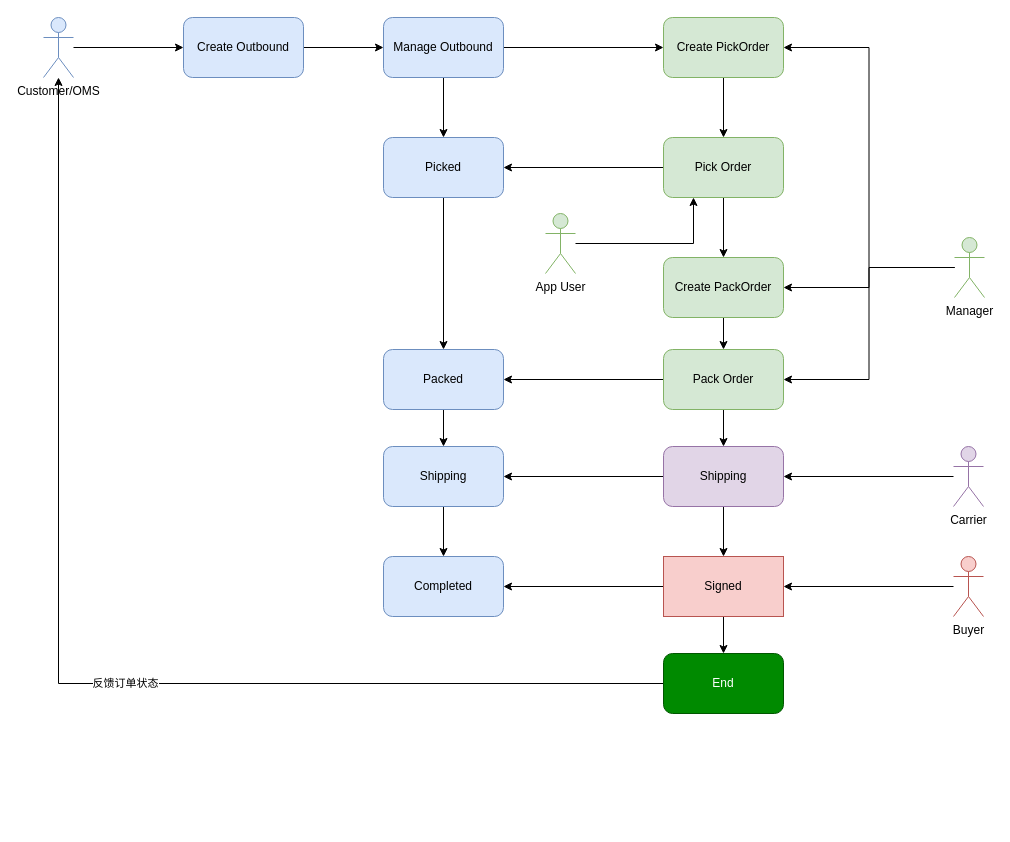
The draw.io diagram Outbound.drawio in jianxiang57/jianxiang57, before the edit. Source tidied: cells renumbered, new cells numbered last; positions are measured from the earlier drawing's top-left corner, leaving out a move shared by most shapes. Both pictures are drawn from the tidied source at 100%, with x=0, y=0 at pixel (43, 17).
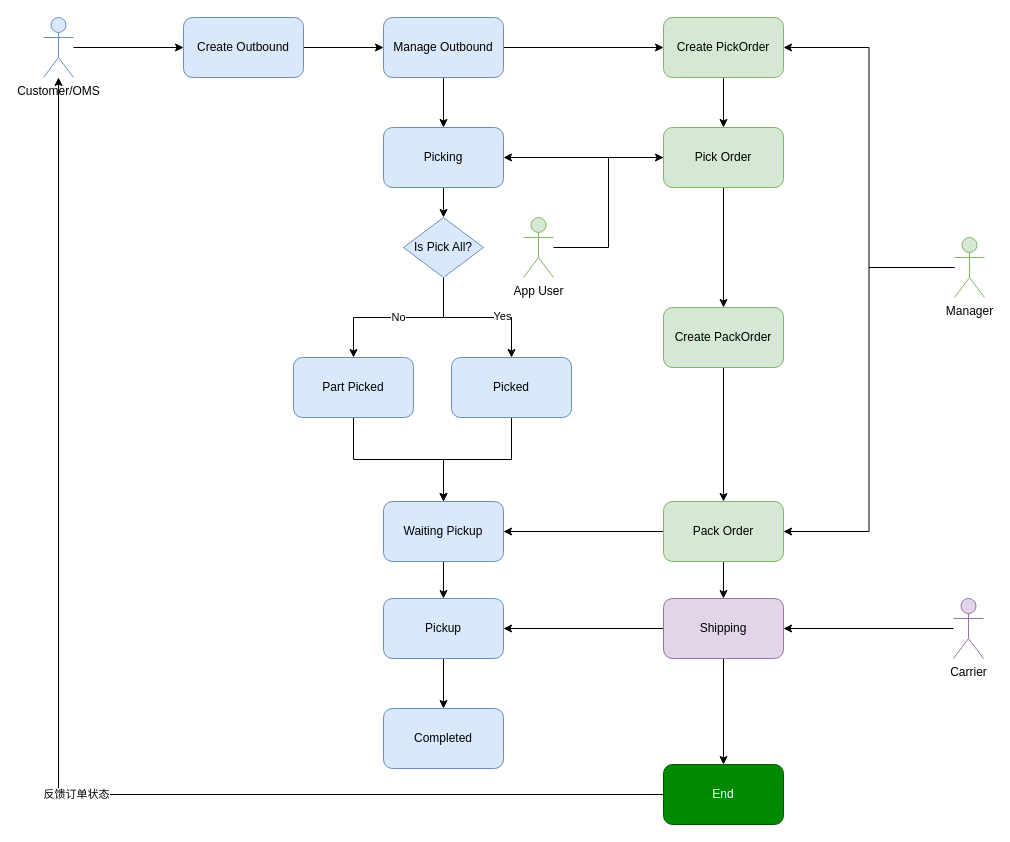
Above is the later version.

Unchanged cells that the change refers to:
```xml
<mxCell id="8" value="Manage Outbound" style="rounded=1;whiteSpace=wrap;html=1;fillColor=#dae8fc;strokeColor=#6c8ebf;" parent="1" vertex="1">
  <mxGeometry x="340" width="120" height="60" as="geometry" />
</mxCell>
<mxCell id="33" value="Manager" style="shape=umlActor;verticalLabelPosition=bottom;verticalAlign=top;html=1;outlineConnect=0;fillColor=#d5e8d4;strokeColor=#82b366;" parent="1" vertex="1">
  <mxGeometry x="911" y="220" width="30" height="60" as="geometry" />
</mxCell>
```

The edit, as a diff of the source:
```diff
@@
-    <mxCell id="7" style="edgeStyle=orthogonalEdgeStyle;rounded=0;jettySize=auto;html=1;entryX=0.5;entryY=0;entryDx=0;entryDy=0;" parent="1" edge="1" source="8" target="39">
-      <mxGeometry relative="1" as="geometry" />
-    </mxCell>
+    <mxCell id="45" style="edgeStyle=orthogonalEdgeStyle;rounded=0;jettySize=auto;html=1;" parent="1" edge="1" source="8" target="55">
+      <mxGeometry relative="1" as="geometry" />
+    </mxCell>
@@
-    <mxCell id="11" style="edgeStyle=orthogonalEdgeStyle;rounded=0;jettySize=auto;html=1;entryX=0.5;entryY=0;entryDx=0;entryDy=0;" parent="1" edge="1" source="13" target="15">
+    <mxCell id="11" style="edgeStyle=orthogonalEdgeStyle;rounded=0;jettySize=auto;html=1;" parent="1" edge="1" source="13" target="15">
       <mxGeometry relative="1" as="geometry" />
     </mxCell>
-    <mxCell id="12" style="edgeStyle=orthogonalEdgeStyle;rounded=0;jettySize=auto;html=1;entryX=1;entryY=0.5;entryDx=0;entryDy=0;" parent="1" edge="1" source="13" target="39">
-      <mxGeometry relative="1" as="geometry" />
-    </mxCell>
+    <mxCell id="46" style="edgeStyle=orthogonalEdgeStyle;rounded=0;jettySize=auto;html=1;" parent="1" edge="1" source="13" target="55">
+      <mxGeometry relative="1" as="geometry" />
+    </mxCell>
     <mxCell id="13" value="Pick Order" style="rounded=1;whiteSpace=wrap;html=1;fillColor=#d5e8d4;strokeColor=#82b366;" parent="1" vertex="1">
-      <mxGeometry x="620" y="120" width="120" height="60" as="geometry" />
+      <mxGeometry x="620" y="110" width="120" height="60" as="geometry" />
     </mxCell>
@@
     <mxCell id="15" value="Create PackOrder" style="rounded=1;whiteSpace=wrap;html=1;fillColor=#d5e8d4;strokeColor=#82b366;" parent="1" vertex="1">
-      <mxGeometry x="620" y="240" width="120" height="60" as="geometry" />
+      <mxGeometry x="620" y="290" width="120" height="60" as="geometry" />
     </mxCell>
@@
     <mxCell id="18" value="Pack Order" style="rounded=1;whiteSpace=wrap;html=1;fillColor=#d5e8d4;strokeColor=#82b366;" parent="1" vertex="1">
-      <mxGeometry x="620" y="332" width="120" height="60" as="geometry" />
+      <mxGeometry x="620" y="484" width="120" height="60" as="geometry" />
     </mxCell>
-    <mxCell id="19" style="edgeStyle=orthogonalEdgeStyle;rounded=0;jettySize=auto;html=1;" parent="1" edge="1" source="21" target="24">
-      <mxGeometry relative="1" as="geometry" />
-    </mxCell>
@@
+    <mxCell id="47" style="edgeStyle=orthogonalEdgeStyle;rounded=0;jettySize=auto;html=1;entryX=0.5;entryY=0;entryDx=0;entryDy=0;" parent="1" edge="1" source="21" target="27">
+      <mxGeometry relative="1" as="geometry" />
+    </mxCell>
     <mxCell id="21" value="Shipping" style="rounded=1;whiteSpace=wrap;html=1;fillColor=#e1d5e7;strokeColor=#9673a6;" parent="1" vertex="1">
-      <mxGeometry x="620" y="429" width="120" height="60" as="geometry" />
+      <mxGeometry x="620" y="581" width="120" height="60" as="geometry" />
     </mxCell>
-    <mxCell id="22" style="edgeStyle=orthogonalEdgeStyle;rounded=0;jettySize=auto;html=1;entryX=0.5;entryY=0;entryDx=0;entryDy=0;" parent="1" edge="1" source="24" target="27">
-      <mxGeometry relative="1" as="geometry" />
-    </mxCell>
-    <mxCell id="23" style="edgeStyle=orthogonalEdgeStyle;rounded=0;jettySize=auto;html=1;entryX=1;entryY=0.5;entryDx=0;entryDy=0;" parent="1" edge="1" source="24" target="44">
-      <mxGeometry relative="1" as="geometry" />
-    </mxCell>
-    <mxCell id="24" value="Signed" style="rounded=0;whiteSpace=wrap;html=1;fillColor=#f8cecc;strokeColor=#b85450;" parent="1" vertex="1">
-      <mxGeometry x="620" y="539" width="120" height="60" as="geometry" />
-    </mxCell>
@@
     <mxCell id="27" value="End" style="rounded=1;whiteSpace=wrap;html=1;fillColor=#008a00;strokeColor=#005700;fontColor=#ffffff;" parent="1" vertex="1">
-      <mxGeometry x="620" y="636" width="120" height="60" as="geometry" />
+      <mxGeometry x="620" y="747" width="120" height="60" as="geometry" />
     </mxCell>
-    <mxCell id="28" style="edgeStyle=orthogonalEdgeStyle;rounded=0;jettySize=auto;html=1;entryX=0.25;entryY=1;entryDx=0;entryDy=0;" parent="1" edge="1" source="29" target="13">
+    <mxCell id="28" style="edgeStyle=orthogonalEdgeStyle;rounded=0;jettySize=auto;html=1;entryX=0;entryY=0.5;entryDx=0;entryDy=0;" parent="1" edge="1" source="29" target="13">
       <mxGeometry relative="1" as="geometry" />
     </mxCell>
     <mxCell id="29" value="App User" style="shape=umlActor;verticalLabelPosition=bottom;verticalAlign=top;html=1;outlineConnect=0;fillColor=#d5e8d4;strokeColor=#82b366;" parent="1" vertex="1">
-      <mxGeometry x="502" y="196" width="30" height="60" as="geometry" />
+      <mxGeometry x="480" y="200" width="30" height="60" as="geometry" />
     </mxCell>
@@
-    <mxCell id="31" style="edgeStyle=orthogonalEdgeStyle;rounded=0;jettySize=auto;html=1;" parent="1" edge="1" source="33" target="15">
-      <mxGeometry relative="1" as="geometry" />
-    </mxCell>
@@
     <mxCell id="35" value="Carrier" style="shape=umlActor;verticalLabelPosition=bottom;verticalAlign=top;html=1;outlineConnect=0;fillColor=#e1d5e7;strokeColor=#9673a6;" parent="1" vertex="1">
-      <mxGeometry x="910" y="429" width="30" height="60" as="geometry" />
+      <mxGeometry x="910" y="581" width="30" height="60" as="geometry" />
     </mxCell>
-    <mxCell id="36" style="edgeStyle=orthogonalEdgeStyle;rounded=0;jettySize=auto;html=1;" parent="1" edge="1" source="37" target="24">
-      <mxGeometry relative="1" as="geometry" />
-    </mxCell>
-    <mxCell id="37" value="Buyer" style="shape=umlActor;verticalLabelPosition=bottom;verticalAlign=top;html=1;outlineConnect=0;fillColor=#f8cecc;strokeColor=#b85450;" parent="1" vertex="1">
-      <mxGeometry x="910" y="539" width="30" height="60" as="geometry" />
-    </mxCell>
-    <mxCell id="38" style="edgeStyle=orthogonalEdgeStyle;rounded=0;jettySize=auto;html=1;entryX=0.5;entryY=0;entryDx=0;entryDy=0;" parent="1" edge="1" source="39" target="41">
-      <mxGeometry relative="1" as="geometry" />
-    </mxCell>
-    <mxCell id="39" value="Picked" style="rounded=1;whiteSpace=wrap;html=1;fillColor=#dae8fc;strokeColor=#6c8ebf;" parent="1" vertex="1">
-      <mxGeometry x="340" y="120" width="120" height="60" as="geometry" />
-    </mxCell>
@@
-    <mxCell id="41" value="Packed" style="rounded=1;whiteSpace=wrap;html=1;fillColor=#dae8fc;strokeColor=#6c8ebf;" parent="1" vertex="1">
-      <mxGeometry x="340" y="332" width="120" height="60" as="geometry" />
+    <mxCell id="41" value="Waiting Pickup" style="rounded=1;whiteSpace=wrap;html=1;fillColor=#dae8fc;strokeColor=#6c8ebf;" parent="1" vertex="1">
+      <mxGeometry x="340" y="484" width="120" height="60" as="geometry" />
     </mxCell>
@@
-    <mxCell id="43" value="Shipping" style="rounded=1;whiteSpace=wrap;html=1;fillColor=#dae8fc;strokeColor=#6c8ebf;" parent="1" vertex="1">
-      <mxGeometry x="340" y="429" width="120" height="60" as="geometry" />
+    <mxCell id="43" value="Pickup" style="rounded=1;whiteSpace=wrap;html=1;fillColor=#dae8fc;strokeColor=#6c8ebf;" parent="1" vertex="1">
+      <mxGeometry x="340" y="581" width="120" height="60" as="geometry" />
     </mxCell>
     <mxCell id="44" value="Completed" style="rounded=1;whiteSpace=wrap;html=1;fillColor=#dae8fc;strokeColor=#6c8ebf;" parent="1" vertex="1">
-      <mxGeometry x="340" y="539" width="120" height="60" as="geometry" />
+      <mxGeometry x="340" y="691" width="120" height="60" as="geometry" />
     </mxCell>
+    <mxCell id="48" style="edgeStyle=orthogonalEdgeStyle;rounded=0;jettySize=auto;html=1;" parent="1" edge="1" source="49" target="41">
+      <mxGeometry relative="1" as="geometry" />
+    </mxCell>
+    <mxCell id="49" value="Part&amp;nbsp;Picked" style="rounded=1;whiteSpace=wrap;html=1;fillColor=#dae8fc;strokeColor=#6c8ebf;" parent="1" vertex="1">
+      <mxGeometry x="250" y="340" width="120" height="60" as="geometry" />
+    </mxCell>
+    <mxCell id="38" style="edgeStyle=orthogonalEdgeStyle;rounded=0;jettySize=auto;html=1;" parent="1" edge="1" source="39" target="41">
+      <mxGeometry relative="1" as="geometry" />
+    </mxCell>
+    <mxCell id="39" value="Picked" style="rounded=1;whiteSpace=wrap;html=1;fillColor=#dae8fc;strokeColor=#6c8ebf;" parent="1" vertex="1">
+      <mxGeometry x="408" y="340" width="120" height="60" as="geometry" />
+    </mxCell>
+    <mxCell id="50" value="No" style="edgeStyle=orthogonalEdgeStyle;rounded=0;jettySize=auto;html=1;entryX=0.5;entryY=0;entryDx=0;entryDy=0;" parent="1" edge="1" source="53" target="49">
+      <mxGeometry relative="1" as="geometry" />
+    </mxCell>
+    <mxCell id="51" style="edgeStyle=orthogonalEdgeStyle;rounded=0;jettySize=auto;html=1;" parent="1" edge="1" source="53" target="39">
+      <mxGeometry relative="1" as="geometry" />
+    </mxCell>
+    <mxCell id="52" value="Yes" style="edgeLabel;html=1;align=center;verticalAlign=middle;" parent="51" vertex="1">
+      <mxGeometry x="0.32" y="2" relative="1" as="geometry" />
+    </mxCell>
+    <mxCell id="53" value="Is Pick All?" style="rhombus;whiteSpace=wrap;html=1;fillColor=#dae8fc;strokeColor=#6c8ebf;" parent="1" vertex="1">
+      <mxGeometry x="360" y="200" width="80" height="60" as="geometry" />
+    </mxCell>
+    <mxCell id="54" style="edgeStyle=orthogonalEdgeStyle;rounded=0;jettySize=auto;html=1;" parent="1" edge="1" source="55" target="53">
+      <mxGeometry relative="1" as="geometry" />
+    </mxCell>
+    <mxCell id="55" value="Picking" style="rounded=1;whiteSpace=wrap;html=1;fillColor=#dae8fc;strokeColor=#6c8ebf;" parent="1" vertex="1">
+      <mxGeometry x="340" y="110" width="120" height="60" as="geometry" />
+    </mxCell>
```
